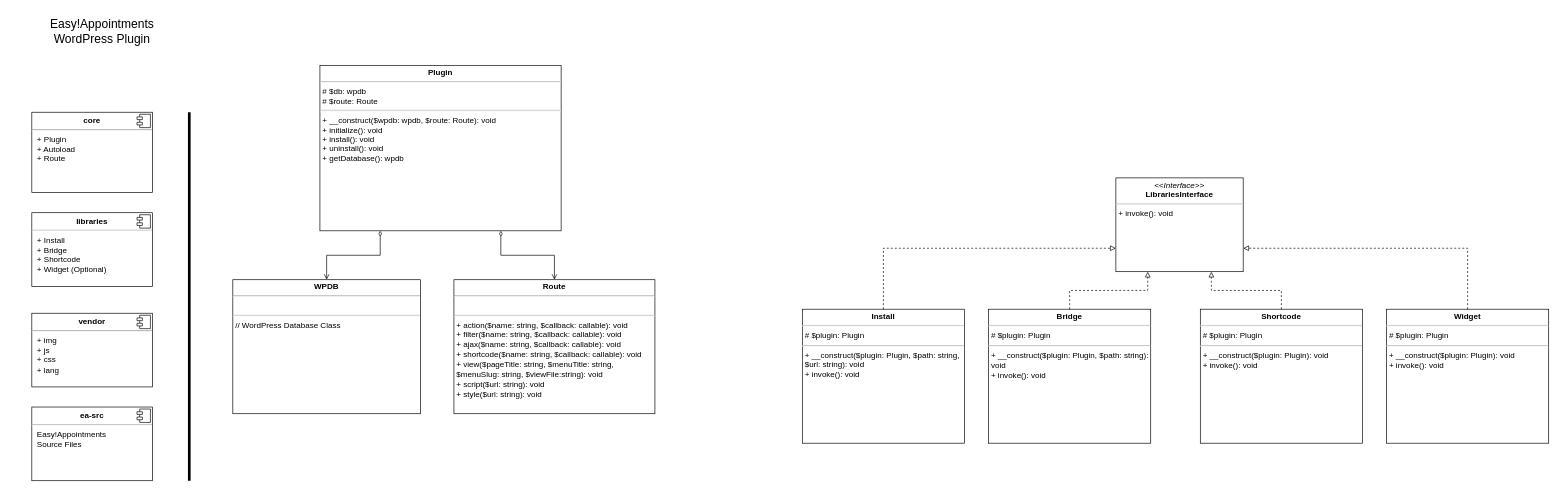
Before: doc/class-diagram.drawio.xml in alextselegidis/easyappointments-wordpress, a draw.io diagram. Source tidied: cells renumbered, new cells numbered last; positions are measured from the earlier drawing's top-left corner, leaving out a move shared by most shapes. Both pictures are drawn from the tidied source at 67%, with x=0, y=0 at pixel (11, 11).
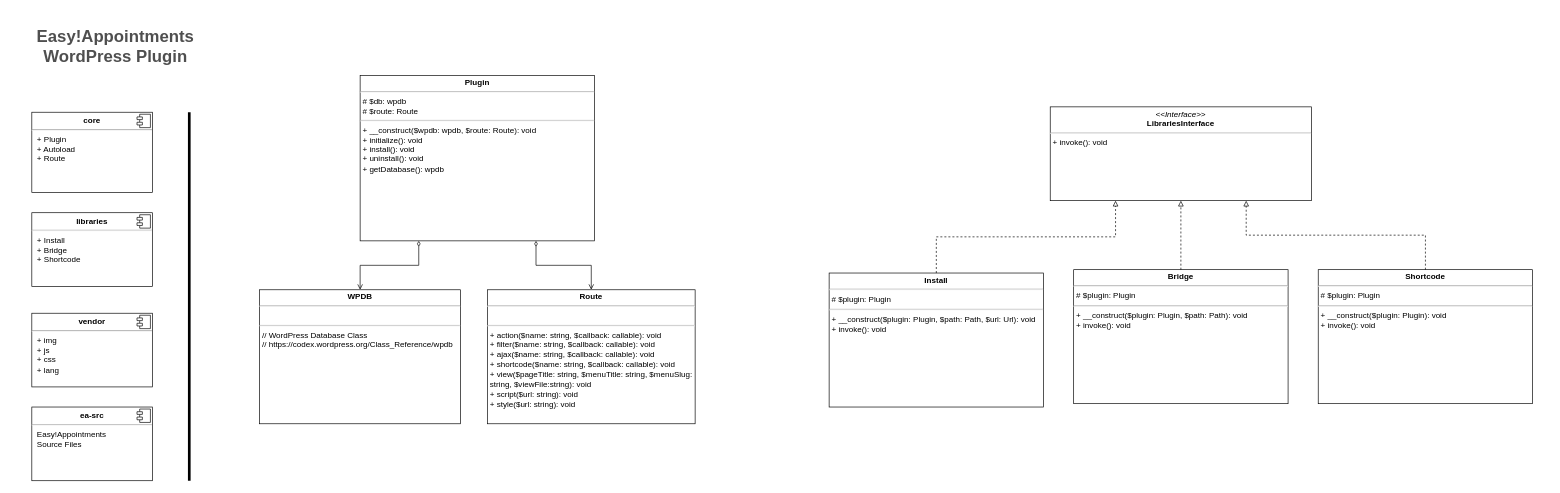
The same diagram, later.

Commit message:
Updated class diagram.

Diff of the diagram source:
```diff
@@
-    <mxCell id="2" value="Easy!Appointments &lt;br&gt;WordPress Plugin" style="text;html=1;strokeColor=none;fillColor=none;align=center;verticalAlign=middle;whiteSpace=wrap;overflow=hidden;fontSize=18;" parent="1" vertex="1">
-      <mxGeometry width="270" height="60" as="geometry" />
+    <mxCell id="2" value="Easy!Appointments &lt;br&gt;WordPress Plugin" style="text;html=1;strokeColor=none;fillColor=none;align=center;verticalAlign=middle;whiteSpace=wrap;overflow=hidden;fontSize=25;fontStyle=1;fontColor=#4F4F4F;" parent="1" vertex="1">
+      <mxGeometry width="310" height="100" as="geometry" />
     </mxCell>
     <mxCell id="3" value="&lt;p style=&quot;margin: 0px ; margin-top: 4px ; text-align: center&quot;&gt;&lt;b&gt;Plugin&lt;/b&gt;&lt;/p&gt;&lt;hr&gt;&lt;p style=&quot;margin: 0px ; margin-left: 4px&quot;&gt;# $db: wpdb&lt;/p&gt;&lt;p style=&quot;margin: 0px ; margin-left: 4px&quot;&gt;# $route: Route&lt;/p&gt;&lt;hr&gt;&lt;p style=&quot;margin: 0px ; margin-left: 4px&quot;&gt;+ __construct($wpdb: wpdb, $route: Route): void&lt;/p&gt;&lt;p style=&quot;margin: 0px ; margin-left: 4px&quot;&gt;+ initialize(): void&lt;/p&gt;&lt;p style=&quot;margin: 0px ; margin-left: 4px&quot;&gt;+ install(): void&lt;/p&gt;&lt;p style=&quot;margin: 0px ; margin-left: 4px&quot;&gt;+ uninstall(): void&lt;/p&gt;&lt;p style=&quot;margin: 0px ; margin-left: 4px&quot;&gt;+ getDatabase(): wpdb&lt;/p&gt;" style="verticalAlign=top;align=left;overflow=fill;fontSize=12;fontFamily=Helvetica;html=1;whiteSpace=wrap;" parent="1" vertex="1">
-      <mxGeometry x="460" y="80" width="360" height="247" as="geometry" />
+      <mxGeometry x="520" y="95" width="350" height="247" as="geometry" />
     </mxCell>
@@
-    <mxCell id="7" value="&lt;p style=&quot;margin: 0px ; margin-top: 6px ; text-align: center&quot;&gt;&lt;b&gt;libraries&lt;/b&gt;&lt;/p&gt;&lt;hr&gt;&lt;p style=&quot;margin: 0px ; margin-left: 8px&quot;&gt;+ Install&lt;/p&gt;&lt;p style=&quot;margin: 0px ; margin-left: 8px&quot;&gt;+ Bridge&lt;/p&gt;&lt;p style=&quot;margin: 0px ; margin-left: 8px&quot;&gt;+ Shortcode&lt;/p&gt;&lt;p style=&quot;margin: 0px ; margin-left: 8px&quot;&gt;+ Widget (Optional)&lt;br&gt;&lt;br&gt;&lt;/p&gt;" style="align=left;overflow=fill;html=1;" parent="1" vertex="1">
+    <mxCell id="7" value="&lt;p style=&quot;margin: 0px ; margin-top: 6px ; text-align: center&quot;&gt;&lt;b&gt;libraries&lt;/b&gt;&lt;/p&gt;&lt;hr&gt;&lt;p style=&quot;margin: 0px ; margin-left: 8px&quot;&gt;+ Install&lt;/p&gt;&lt;p style=&quot;margin: 0px ; margin-left: 8px&quot;&gt;+ Bridge&lt;/p&gt;&lt;p style=&quot;margin: 0px ; margin-left: 8px&quot;&gt;+ Shortcode&lt;/p&gt;&lt;p style=&quot;margin: 0px ; margin-left: 8px&quot;&gt;&lt;br&gt;&lt;/p&gt;" style="align=left;overflow=fill;html=1;" parent="1" vertex="1">
       <mxGeometry x="30" y="300" width="180" height="110" as="geometry" />
     </mxCell>
@@
-    <mxCell id="13" value="&lt;p style=&quot;margin: 0px ; margin-top: 4px ; text-align: center&quot;&gt;&lt;b&gt;Install&lt;/b&gt;&lt;/p&gt;&lt;hr&gt;&lt;p style=&quot;margin: 0px ; margin-left: 4px&quot;&gt;&lt;span style=&quot;line-height: 15.1199998855591px&quot;&gt;# $plugin: Plugin&lt;/span&gt;&lt;br&gt;&lt;/p&gt;&lt;hr&gt;&lt;p style=&quot;margin: 0px ; margin-left: 4px&quot;&gt;+ __construct($plugin: Plugin, $path: string, $url: string): void&lt;/p&gt;&lt;p style=&quot;margin: 0px ; margin-left: 4px&quot;&gt;+ invoke(): void&lt;/p&gt;" style="verticalAlign=top;align=left;overflow=fill;fontSize=12;fontFamily=Helvetica;html=1;whiteSpace=wrap;" parent="1" vertex="1">
-      <mxGeometry x="1180" y="444" width="242" height="200" as="geometry" />
+    <mxCell id="13" value="&lt;p style=&quot;margin: 0px ; margin-top: 4px ; text-align: center&quot;&gt;&lt;b&gt;Install&lt;/b&gt;&lt;/p&gt;&lt;hr&gt;&lt;p style=&quot;margin: 0px ; margin-left: 4px&quot;&gt;&lt;span style=&quot;line-height: 15.1199998855591px&quot;&gt;# $plugin: Plugin&lt;/span&gt;&lt;br&gt;&lt;/p&gt;&lt;hr&gt;&lt;p style=&quot;margin: 0px ; margin-left: 4px&quot;&gt;+ __construct($plugin: Plugin, $path: Path, $url: Url&lt;span style=&quot;line-height: 1.26&quot;&gt;): void&lt;/span&gt;&lt;/p&gt;&lt;p style=&quot;margin: 0px ; margin-left: 4px&quot;&gt;+ invoke(): void&lt;/p&gt;" style="verticalAlign=top;align=left;overflow=fill;fontSize=12;fontFamily=Helvetica;html=1;whiteSpace=wrap;" parent="1" vertex="1">
+      <mxGeometry x="1220" y="390" width="320" height="200" as="geometry" />
     </mxCell>
-    <mxCell id="14" value="&lt;p style=&quot;margin: 0px ; margin-top: 4px ; text-align: center&quot;&gt;&lt;b&gt;Bridge&lt;/b&gt;&lt;/p&gt;&lt;hr&gt;&lt;p style=&quot;margin: 0px ; margin-left: 4px&quot;&gt;&lt;span style=&quot;line-height: 15.1199998855591px&quot;&gt;# $plugin: Plugin&lt;/span&gt;&lt;br&gt;&lt;/p&gt;&lt;hr&gt;&lt;p style=&quot;line-height: 15.1199998855591px ; margin: 0px 0px 0px 4px&quot;&gt;+ __construct($plugin: Plugin, $path: string): void&lt;/p&gt;&lt;p style=&quot;line-height: 15.1199998855591px ; margin: 0px 0px 0px 4px&quot;&gt;+ invoke(): void&lt;/p&gt;" style="verticalAlign=top;align=left;overflow=fill;fontSize=12;fontFamily=Helvetica;html=1;whiteSpace=wrap;" parent="1" vertex="1">
-      <mxGeometry x="1458" y="444" width="242" height="200" as="geometry" />
+    <mxCell id="14" value="&lt;p style=&quot;margin: 0px ; margin-top: 4px ; text-align: center&quot;&gt;&lt;b&gt;Bridge&lt;/b&gt;&lt;/p&gt;&lt;hr&gt;&lt;p style=&quot;margin: 0px ; margin-left: 4px&quot;&gt;&lt;span style=&quot;line-height: 15.1199998855591px&quot;&gt;# $plugin: Plugin&lt;/span&gt;&lt;br&gt;&lt;/p&gt;&lt;hr&gt;&lt;p style=&quot;line-height: 15.1199998855591px ; margin: 0px 0px 0px 4px&quot;&gt;+ __construct($plugin: Plugin, $path: Path): void&lt;/p&gt;&lt;p style=&quot;line-height: 15.1199998855591px ; margin: 0px 0px 0px 4px&quot;&gt;+ invoke(): void&lt;/p&gt;" style="verticalAlign=top;align=left;overflow=fill;fontSize=12;fontFamily=Helvetica;html=1;whiteSpace=wrap;" parent="1" vertex="1">
+      <mxGeometry x="1585" y="385" width="320" height="200" as="geometry" />
     </mxCell>
     <mxCell id="15" value="&lt;p style=&quot;margin: 0px ; margin-top: 4px ; text-align: center&quot;&gt;&lt;i&gt;&amp;lt;&amp;lt;Interface&amp;gt;&amp;gt;&lt;/i&gt;&lt;br&gt;&lt;b&gt;LibrariesInterface&lt;/b&gt;&lt;/p&gt;&lt;hr&gt;&lt;p style=&quot;margin: 0px ; margin-left: 4px&quot;&gt;&lt;/p&gt;&lt;p style=&quot;margin: 0px ; margin-left: 4px&quot;&gt;&lt;span style=&quot;line-height: 1.26&quot;&gt;+ invoke(): void&lt;/span&gt;&lt;br&gt;&lt;/p&gt;&lt;p style=&quot;margin: 0px ; margin-left: 4px&quot;&gt;&lt;br&gt;&lt;/p&gt;" style="verticalAlign=top;align=left;overflow=fill;fontSize=12;fontFamily=Helvetica;html=1;" parent="1" vertex="1">
-      <mxGeometry x="1648" y="248" width="190" height="140" as="geometry" />
+      <mxGeometry x="1550" y="142" width="390" height="140" as="geometry" />
     </mxCell>
-    <mxCell id="16" style="edgeStyle=orthogonalEdgeStyle;rounded=0;html=1;exitX=0.5;exitY=0;entryX=0;entryY=0.75;endArrow=block;endFill=0;dashed=1;" parent="1" edge="1" source="13" target="15">
+    <mxCell id="16" style="edgeStyle=orthogonalEdgeStyle;rounded=0;html=1;exitX=0.5;exitY=0;entryX=0.25;entryY=1;endArrow=block;endFill=0;dashed=1;" parent="1" edge="1" source="13" target="15">
       <mxGeometry relative="1" as="geometry" />
     </mxCell>
-    <mxCell id="17" style="edgeStyle=orthogonalEdgeStyle;rounded=0;html=1;exitX=0.5;exitY=0;entryX=0.25;entryY=1;endArrow=block;endFill=0;dashed=1;" parent="1" edge="1" source="14" target="15">
+    <mxCell id="17" style="edgeStyle=orthogonalEdgeStyle;rounded=0;html=1;exitX=0.5;exitY=0;entryX=0.5;entryY=1;endArrow=block;endFill=0;dashed=1;" parent="1" edge="1" source="14" target="15">
       <mxGeometry relative="1" as="geometry" />
     </mxCell>
     <mxCell id="18" value="&lt;p style=&quot;margin: 0px ; margin-top: 4px ; text-align: center&quot;&gt;&lt;b&gt;Shortcode&lt;/b&gt;&lt;/p&gt;&lt;hr&gt;&lt;p style=&quot;margin: 0px ; margin-left: 4px&quot;&gt;&lt;span style=&quot;line-height: 15.1199998855591px&quot;&gt;# $plugin: Plugin&lt;/span&gt;&lt;br&gt;&lt;/p&gt;&lt;hr&gt;&lt;p style=&quot;line-height: 15.1199998855591px ; margin: 0px 0px 0px 4px&quot;&gt;+ __construct($plugin: Plugin): void&lt;/p&gt;&lt;p style=&quot;line-height: 15.1199998855591px ; margin: 0px 0px 0px 4px&quot;&gt;+ invoke(): void&lt;/p&gt;" style="verticalAlign=top;align=left;overflow=fill;fontSize=12;fontFamily=Helvetica;html=1;whiteSpace=wrap;" parent="1" vertex="1">
-      <mxGeometry x="1774" y="444" width="242" height="200" as="geometry" />
+      <mxGeometry x="1950" y="385" width="320" height="200" as="geometry" />
     </mxCell>
-    <mxCell id="19" value="&lt;p style=&quot;margin: 0px ; margin-top: 4px ; text-align: center&quot;&gt;&lt;b&gt;Widget&lt;/b&gt;&lt;/p&gt;&lt;hr&gt;&lt;p style=&quot;margin: 0px ; margin-left: 4px&quot;&gt;&lt;span style=&quot;line-height: 15.1199998855591px&quot;&gt;# $plugin: Plugin&lt;/span&gt;&lt;br&gt;&lt;/p&gt;&lt;hr&gt;&lt;p style=&quot;line-height: 15.1199998855591px ; margin: 0px 0px 0px 4px&quot;&gt;+ __construct($plugin: Plugin): void&lt;/p&gt;&lt;p style=&quot;line-height: 15.1199998855591px ; margin: 0px 0px 0px 4px&quot;&gt;+ invoke(): void&lt;/p&gt;" style="verticalAlign=top;align=left;overflow=fill;fontSize=12;fontFamily=Helvetica;html=1;whiteSpace=wrap;" parent="1" vertex="1">
-      <mxGeometry x="2052" y="444" width="242" height="200" as="geometry" />
-    </mxCell>
@@
-    <mxCell id="21" style="edgeStyle=orthogonalEdgeStyle;rounded=0;html=1;exitX=0.5;exitY=0;entryX=1;entryY=0.75;dashed=1;endArrow=block;endFill=0;" parent="1" edge="1" source="19" target="15">
-      <mxGeometry relative="1" as="geometry" />
-    </mxCell>
-    <mxCell id="22" value="&lt;p style=&quot;margin: 0px ; margin-top: 4px ; text-align: center&quot;&gt;&lt;b&gt;WPDB&lt;/b&gt;&lt;/p&gt;&lt;hr&gt;&lt;p style=&quot;margin: 0px ; margin-left: 4px&quot;&gt;&lt;br&gt;&lt;/p&gt;&lt;hr&gt;&lt;p style=&quot;margin: 0px ; margin-left: 4px&quot;&gt;// WordPress Database Class&lt;/p&gt;&lt;p style=&quot;margin: 0px ; margin-left: 4px&quot;&gt;&lt;br&gt;&lt;/p&gt;" style="verticalAlign=top;align=left;overflow=fill;fontSize=12;fontFamily=Helvetica;html=1;whiteSpace=wrap;" parent="1" vertex="1">
-      <mxGeometry x="330" y="400" width="280" height="200" as="geometry" />
+    <mxCell id="22" value="&lt;p style=&quot;margin: 0px ; margin-top: 4px ; text-align: center&quot;&gt;&lt;b&gt;WPDB&lt;/b&gt;&lt;/p&gt;&lt;hr&gt;&lt;p style=&quot;margin: 0px ; margin-left: 4px&quot;&gt;&lt;br&gt;&lt;/p&gt;&lt;hr&gt;&lt;p style=&quot;margin: 0px ; margin-left: 4px&quot;&gt;// WordPress Database Class&lt;/p&gt;&lt;p style=&quot;margin: 0px ; margin-left: 4px&quot;&gt;//&amp;nbsp;https://codex.wordpress.org/Class_Reference/wpdb&lt;/p&gt;&lt;p style=&quot;margin: 0px ; margin-left: 4px&quot;&gt;&lt;br&gt;&lt;/p&gt;" style="verticalAlign=top;align=left;overflow=fill;fontSize=12;fontFamily=Helvetica;html=1;whiteSpace=wrap;" parent="1" vertex="1">
+      <mxGeometry x="370" y="415" width="300" height="200" as="geometry" />
     </mxCell>
@@
     <mxCell id="24" value="&lt;p style=&quot;margin: 0px ; margin-top: 4px ; text-align: center&quot;&gt;&lt;b&gt;Route&lt;/b&gt;&lt;/p&gt;&lt;hr&gt;&lt;p style=&quot;margin: 0px ; margin-left: 4px&quot;&gt;&lt;br&gt;&lt;/p&gt;&lt;hr&gt;&lt;p style=&quot;margin: 0px ; margin-left: 4px&quot;&gt;+ action($name: string, $callback: callable): void&lt;/p&gt;&lt;p style=&quot;margin: 0px ; margin-left: 4px&quot;&gt;+ filter($name: string, $callback: callable): void&lt;/p&gt;&lt;p style=&quot;line-height: 15.1199998855591px ; margin: 0px 0px 0px 4px&quot;&gt;+ ajax($name: string, $callback: callable): void&lt;/p&gt;&lt;p style=&quot;line-height: 15.1199998855591px ; margin: 0px 0px 0px 4px&quot;&gt;+ shortcode($name: string, $callback: callable): void&lt;/p&gt;&lt;p style=&quot;margin: 0px ; margin-left: 4px&quot;&gt;&lt;span style=&quot;line-height: 15.1199998855591px&quot;&gt;+ view($pageTitle: string, $menuTitle: string, $menuSlug: string, $viewFile:string): void&lt;/span&gt;&lt;br&gt;&lt;/p&gt;&lt;p style=&quot;margin: 0px ; margin-left: 4px&quot;&gt;+ script($url: string): void&lt;/p&gt;&lt;p style=&quot;margin: 0px ; margin-left: 4px&quot;&gt;+ style($url: string): void&lt;/p&gt;&lt;p style=&quot;margin: 0px ; margin-left: 4px&quot;&gt;&lt;br&gt;&lt;/p&gt;&lt;p style=&quot;margin: 0px ; margin-left: 4px&quot;&gt;&lt;br&gt;&lt;/p&gt;&lt;p style=&quot;margin: 0px ; margin-left: 4px&quot;&gt;&lt;br&gt;&lt;/p&gt;" style="verticalAlign=top;align=left;overflow=fill;fontSize=12;fontFamily=Helvetica;html=1;whiteSpace=wrap;" parent="1" vertex="1">
-      <mxGeometry x="660" y="400" width="300" height="200" as="geometry" />
+      <mxGeometry x="710" y="415" width="310" height="200" as="geometry" />
     </mxCell>
```
